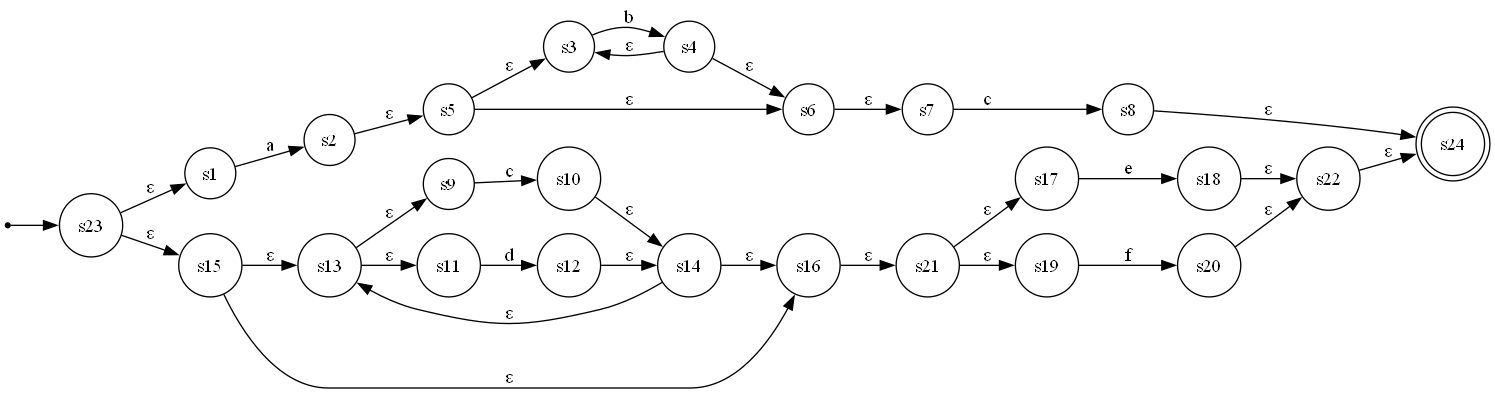
sauravatgithub-web/REGEX-to-Automata keeps this Graphviz diagram as diagrams/nfa.png. Above is the earlier version. Its source is kept beside it as dots/nfa.dot.
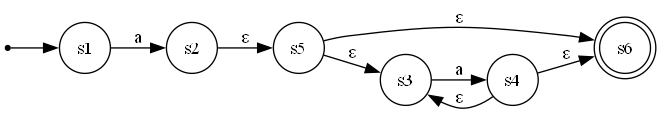
After the change.

Change to the diagram source:
```diff
@@ -3,36 +3,13 @@
     node [shape=circle];
 
     __start__ [shape=point];
-    __start__ -> s23;
-    s24 [shape=doublecircle];
+    __start__ -> s1;
+    s6 [shape=doublecircle];
     s1 -> s2 [label="a"];
-    s3 -> s4 [label="b"];
+    s3 -> s4 [label="a"];
     s5 -> s6 [label="ε"];
     s5 -> s3 [label="ε"];
     s4 -> s6 [label="ε"];
     s4 -> s3 [label="ε"];
     s2 -> s5 [label="ε"];
-    s7 -> s8 [label="c"];
-    s6 -> s7 [label="ε"];
-    s9 -> s10 [label="c"];
-    s11 -> s12 [label="d"];
-    s13 -> s9 [label="ε"];
-    s13 -> s11 [label="ε"];
-    s10 -> s14 [label="ε"];
-    s12 -> s14 [label="ε"];
-    s15 -> s16 [label="ε"];
-    s15 -> s13 [label="ε"];
-    s14 -> s16 [label="ε"];
-    s14 -> s13 [label="ε"];
-    s17 -> s18 [label="e"];
-    s19 -> s20 [label="f"];
-    s21 -> s17 [label="ε"];
-    s21 -> s19 [label="ε"];
-    s18 -> s22 [label="ε"];
-    s20 -> s22 [label="ε"];
-    s16 -> s21 [label="ε"];
-    s23 -> s1 [label="ε"];
-    s23 -> s15 [label="ε"];
-    s8 -> s24 [label="ε"];
-    s22 -> s24 [label="ε"];
 }
```
